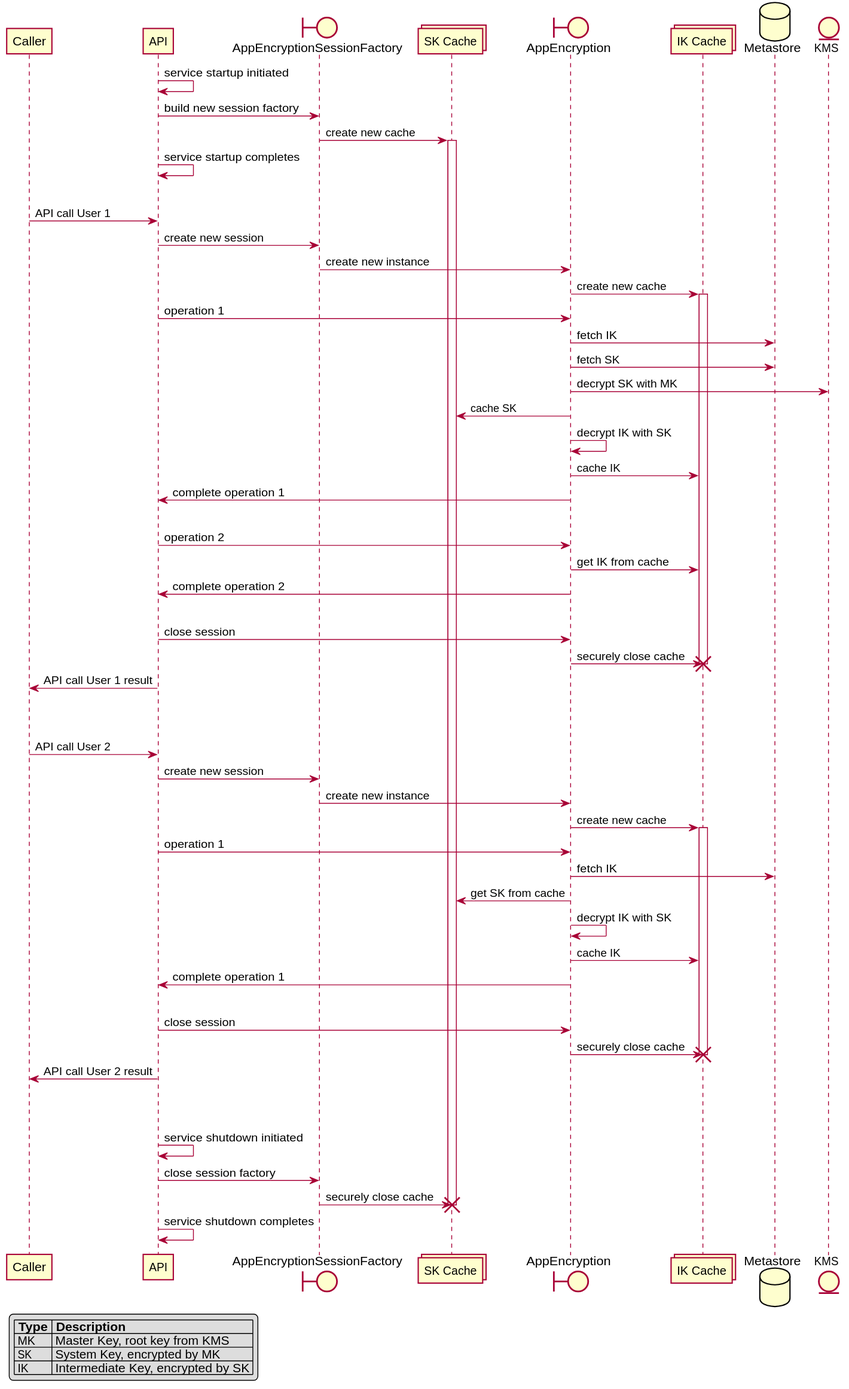
Earlier version of the PlantUML export docs/images/cache_lifecycles.svg (godaddy/asherah).
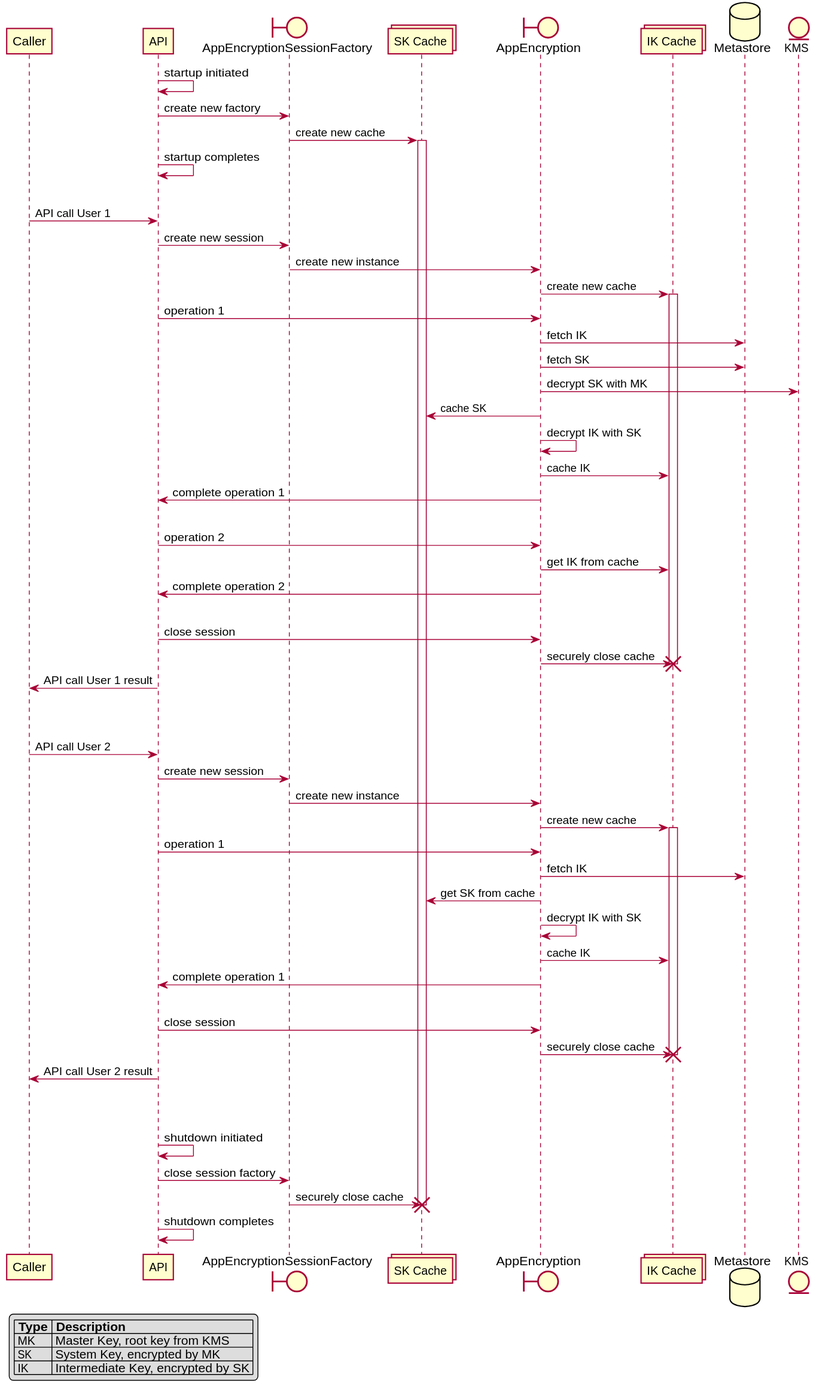
The same file after the commit.

Commit message:
narrow diagram some more

Diff of the diagram source:
```diff
@@ -18,11 +18,11 @@
 database Metastore
 entity KMS
 
-API -> API : service startup initiated
-API -> AppEncryptionSessionFactory : build new session factory
+API -> API : startup initiated
+API -> AppEncryptionSessionFactory : create new factory
 AppEncryptionSessionFactory -> "SK Cache" : create new cache
 activate "SK Cache"
-API -> API : service startup completes
+API -> API : startup completes
 |||
 Caller -> API : API call User 1
 API -> AppEncryptionSessionFactory : create new session
@@ -66,10 +66,10 @@
 API -> Caller : API call User 2 result
 |||
 |||
-API -> API : service shutdown initiated
+API -> API : shutdown initiated
 API -> AppEncryptionSessionFactory : close session factory
 AppEncryptionSessionFactory -> "SK Cache" : securely close cache
 destroy "SK Cache"
-API -> API : service shutdown completes
+API -> API : shutdown completes
 
 @enduml
```
